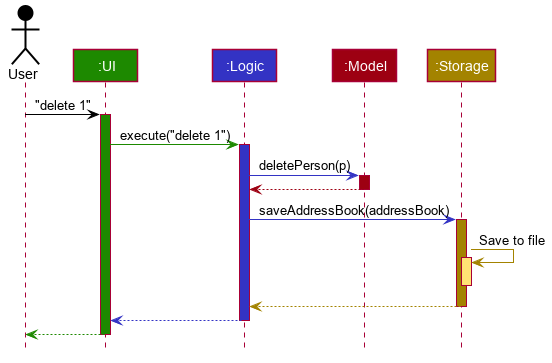
This is images/ArchitectureSequenceDiagram.png from AY1920S1-CS2103T-F11-1/main, a PlantUML export, as it was before one commit. The source it was exported from:
```plantuml
@startuml








skinparam BackgroundColor #FFFFFFF

skinparam Shadowing false

skinparam Class {
    FontColor #FFFFFF
    BorderThickness 1
    BorderColor #FFFFFF
    StereotypeFontColor #FFFFFF
    FontName Arial
}

skinparam Actor {
    BorderColor #000000
    Color #000000
    FontName Arial
}

skinparam Sequence {
    MessageAlign center
    BoxFontSize 15
    BoxPadding 0
    BoxFontColor #FFFFFF
    FontName Arial
}

skinparam Participant {
    FontColor #FFFFFFF
    Padding 20
}

skinparam MinClassWidth 50
skinparam ParticipantPadding 10
skinparam Shadowing false
skinparam DefaultTextAlignment center
skinparam packageStyle Rectangle

hide footbox
hide members
hide circle

Actor User as user #000000
Participant ":UI" as ui #1D8900
Participant ":Logic" as logic #3333C4
Participant ":Model" as model #9D0012
Participant ":Storage" as storage #A38300

user -[#000000]> ui : "delete 1"
activate ui #1D8900

ui -[#1D8900]> logic : execute("delete 1")
activate logic #3333C4

logic -[#3333C4]> model : deletePerson(p)
activate model #9D0012

model -[#9D0012]-> logic
deactivate model

logic -[#3333C4]> storage : saveAddressBook(addressBook)
activate storage #A38300

storage -[#A38300]> storage : Save to file
activate storage #FFE374
deactivate storage

storage --[#A38300]> logic
deactivate storage

logic --[#3333C4]> ui
deactivate logic

ui--[#1D8900]> user
deactivate ui
@enduml
```
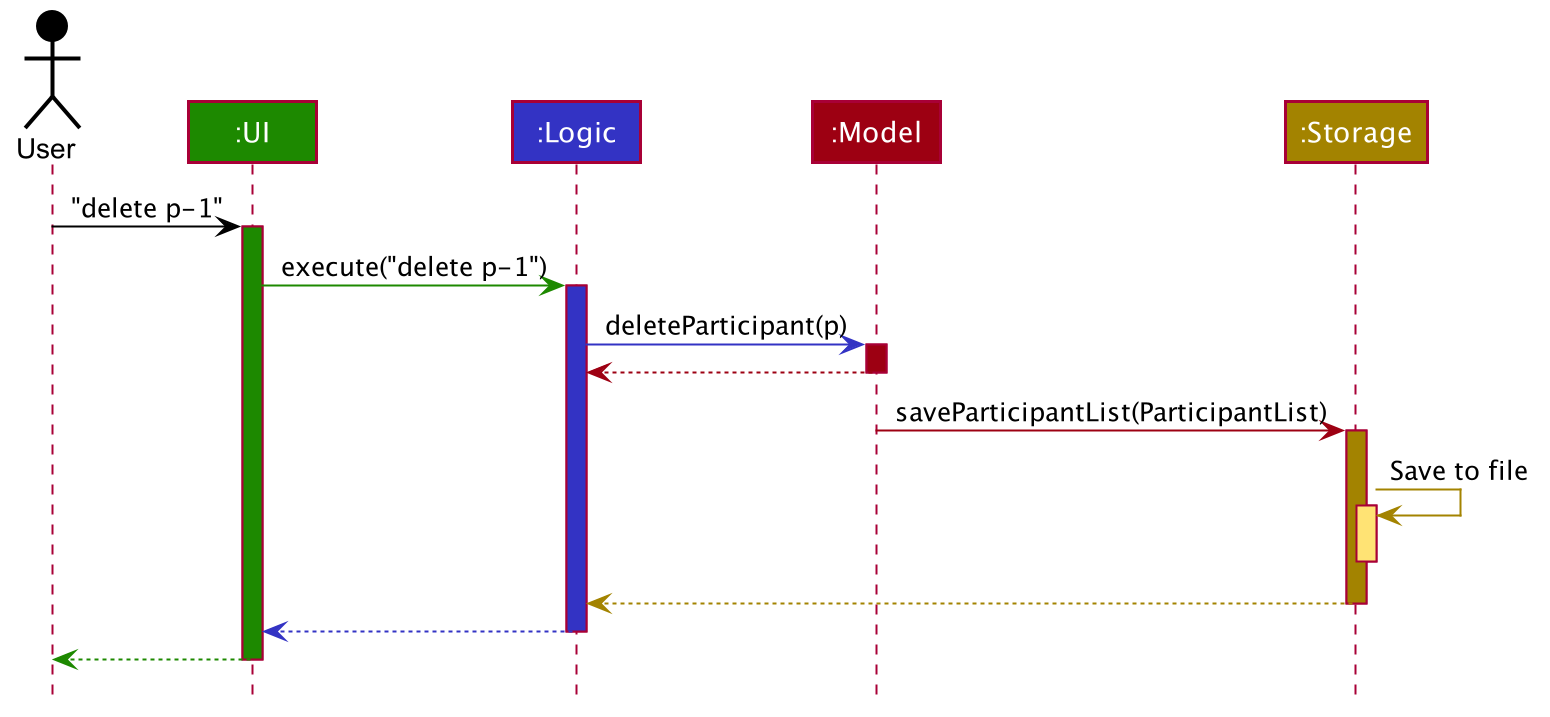
After the commit.

The edit, as a diff of the source:
```diff
@@ -54,19 +54,19 @@
 Participant ":Model" as model #9D0012
 Participant ":Storage" as storage #A38300
 
-user -[#000000]> ui : "delete 1"
+user -[#000000]> ui : "delete p-1"
 activate ui #1D8900
 
-ui -[#1D8900]> logic : execute("delete 1")
+ui -[#1D8900]> logic : execute("delete p-1")
 activate logic #3333C4
 
-logic -[#3333C4]> model : deletePerson(p)
+logic -[#3333C4]> model : deleteParticipant(p)
 activate model #9D0012
 
 model -[#9D0012]-> logic
 deactivate model
 
-logic -[#3333C4]> storage : saveAddressBook(addressBook)
+model -[#9D0012]> storage : saveParticipantList(ParticipantList)
 activate storage #A38300
 
 storage -[#A38300]> storage : Save to file
```
